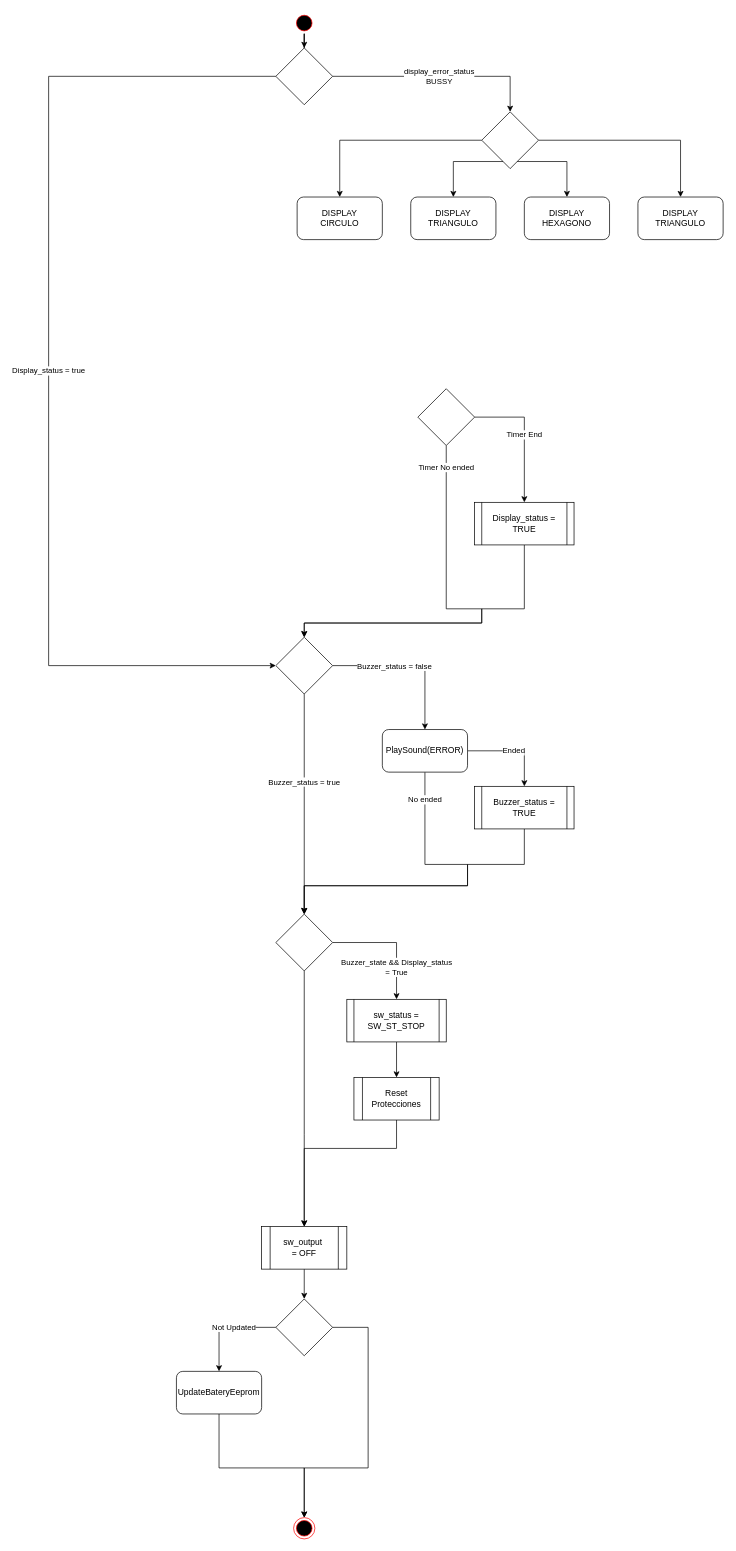
Before: page "Error State" (7 of 13) of 01.Documentation/01.Diseño/Documentacion Software/B2/Diagramas/B2/B2.drawio in MSTKMAD/battery-pack, a draw.io diagram. Source tidied: cells renumbered, new cells numbered last; positions are measured from the earlier drawing's top-left corner, leaving out a move shared by most shapes. Both pictures are drawn from the tidied source at 71%, with x=0, y=0 at pixel (48, 12).
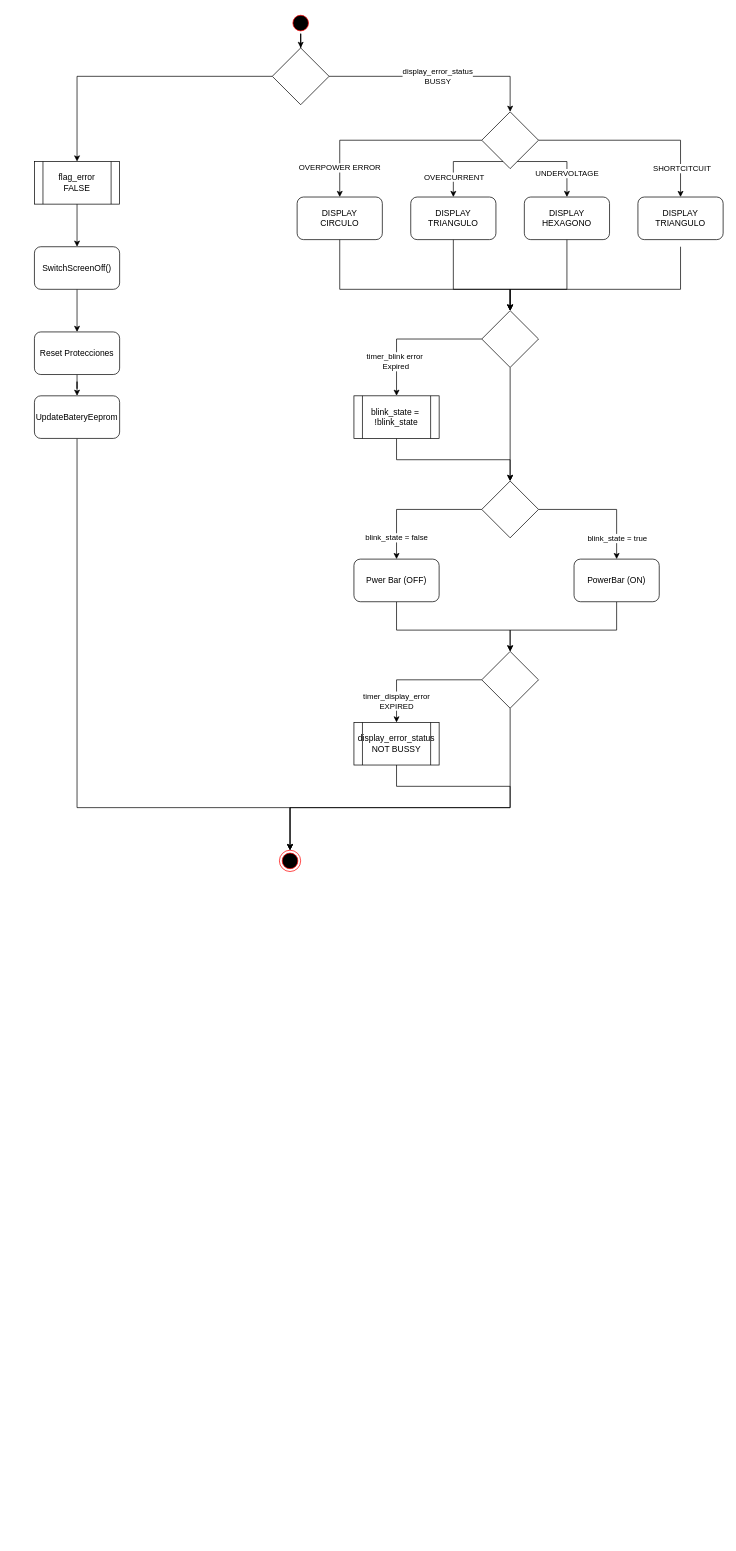
Above is the later version.

Unchanged cells that the change refers to:
```xml
<mxCell id="38" style="rhombus;whiteSpace=wrap;html=1;" parent="1" vertex="1">
  <mxGeometry x="610" y="140" width="80" height="80" as="geometry" />
</mxCell>
<mxCell id="39" value="DISPLAY&lt;br&gt;CIRCULO" style="rounded=1;whiteSpace=wrap;html=1;" parent="1" vertex="1">
  <mxGeometry x="350" y="260" width="120" height="60" as="geometry" />
</mxCell>
<mxCell id="40" style="edgeStyle=orthogonalEdgeStyle;rounded=0;jettySize=auto;html=1;" parent="1" edge="1" source="38" target="41">
  <mxGeometry relative="1" as="geometry">
    <Array as="points">
      <mxPoint x="570" y="210" />
    </Array>
  </mxGeometry>
</mxCell>
<mxCell id="41" value="DISPLAY&lt;br&gt;TRIANGULO" style="rounded=1;whiteSpace=wrap;html=1;" parent="1" vertex="1">
  <mxGeometry x="510" y="260" width="120" height="60" as="geometry" />
</mxCell>
<mxCell id="42" style="edgeStyle=orthogonalEdgeStyle;rounded=0;jettySize=auto;html=1;" parent="1" edge="1" source="38" target="43">
  <mxGeometry relative="1" as="geometry">
    <Array as="points">
      <mxPoint x="730" y="210" />
    </Array>
  </mxGeometry>
</mxCell>
<mxCell id="43" value="DISPLAY&lt;div&gt;HEXAGONO&lt;/div&gt;" style="rounded=1;whiteSpace=wrap;html=1;" parent="1" vertex="1">
  <mxGeometry x="670" y="260" width="120" height="60" as="geometry" />
</mxCell>
<mxCell id="44" style="edgeStyle=orthogonalEdgeStyle;rounded=0;jettySize=auto;html=1;" parent="1" edge="1" source="38" target="45">
  <mxGeometry relative="1" as="geometry" />
</mxCell>
```

What changed in the source:
```diff
@@
-    <mxCell id="2" style="edgeStyle=orthogonalEdgeStyle;rounded=0;jettySize=auto;html=1;" parent="1" edge="1" source="32" target="4">
-      <mxGeometry relative="1" as="geometry">
-        <Array as="points">
-          <mxPoint x="360" y="1580" />
-          <mxPoint x="360" y="1580" />
-        </Array>
-      </mxGeometry>
-    </mxCell>
-    <mxCell id="3" style="edgeStyle=orthogonalEdgeStyle;rounded=0;jettySize=auto;html=1;" parent="1" edge="1" source="4" target="10">
-      <mxGeometry relative="1" as="geometry" />
-    </mxCell>
-    <mxCell id="4" value="sw_output&amp;nbsp;&lt;br&gt;= OFF" style="shape=process;whiteSpace=wrap;html=1;backgroundOutline=1;" parent="1" vertex="1">
-      <mxGeometry x="300" y="1710" width="120" height="60" as="geometry" />
-    </mxCell>
     <mxCell id="5" style="edgeStyle=orthogonalEdgeStyle;rounded=0;jettySize=auto;html=1;entryX=0.5;entryY=0;entryDx=0;entryDy=0;" parent="1" edge="1" source="6" target="11">
       <mxGeometry relative="1" as="geometry">
         <Array as="points">
-          <mxPoint x="240" y="2050" />
-          <mxPoint x="360" y="2050" />
+          <mxPoint x="40" y="1120" />
+          <mxPoint x="340" y="1120" />
         </Array>
       </mxGeometry>
     </mxCell>
     <mxCell id="6" value="UpdateBateryEeprom" style="rounded=1;whiteSpace=wrap;html=1;" parent="1" vertex="1">
-      <mxGeometry x="180" y="1914" width="120" height="60" as="geometry" />
+      <mxGeometry x="-20" y="540" width="120" height="60" as="geometry" />
     </mxCell>
-    <mxCell id="7" style="edgeStyle=orthogonalEdgeStyle;rounded=0;jettySize=auto;html=1;" parent="1" edge="1" source="10" target="6">
-      <mxGeometry relative="1" as="geometry" />
-    </mxCell>
-    <mxCell id="8" value="Not Updated" style="edgeLabel;html=1;align=center;verticalAlign=middle;" parent="7" vertex="1">
-      <mxGeometry x="-0.16" y="-1" relative="1" as="geometry" />
-    </mxCell>
-    <mxCell id="9" style="edgeStyle=orthogonalEdgeStyle;rounded=0;jettySize=auto;html=1;entryX=0.5;entryY=0;entryDx=0;entryDy=0;" parent="1" edge="1" source="10" target="11">
-      <mxGeometry relative="1" as="geometry">
-        <Array as="points">
-          <mxPoint x="450" y="1852" />
-          <mxPoint x="450" y="2050" />
-          <mxPoint x="360" y="2050" />
-        </Array>
-      </mxGeometry>
-    </mxCell>
-    <mxCell id="10" style="rhombus;whiteSpace=wrap;html=1;" parent="1" vertex="1">
-      <mxGeometry x="320" y="1812" width="80" height="80" as="geometry" />
-    </mxCell>
     <mxCell id="11" style="ellipse;html=1;shape=endState;fillColor=#000000;strokeColor=#ff0000;" parent="1" vertex="1">
-      <mxGeometry x="345" y="2120" width="30" height="30" as="geometry" />
+      <mxGeometry x="325" y="1180" width="30" height="30" as="geometry" />
     </mxCell>
@@
     <mxCell id="13" style="ellipse;html=1;shape=startState;fillColor=#000000;strokeColor=#ff0000;" parent="1" vertex="1">
-      <mxGeometry x="345" width="30" height="30" as="geometry" />
+      <mxGeometry x="340" width="30" height="30" as="geometry" />
     </mxCell>
-    <mxCell id="14" value="Display_status = true" style="edgeStyle=orthogonalEdgeStyle;jettySize=auto;html=1;jumpSize=0;shadow=0;flowAnimation=0;strokeWidth=1;rounded=0;curved=0;" parent="1" edge="1" source="16" target="25">
-      <mxGeometry relative="1" as="geometry">
-        <Array as="points">
-          <mxPoint y="90" />
-          <mxPoint y="920" />
-        </Array>
-      </mxGeometry>
-    </mxCell>
@@
+    <mxCell id="46" style="edgeStyle=orthogonalEdgeStyle;rounded=0;jettySize=auto;html=1;" parent="1" edge="1" source="16" target="75">
+      <mxGeometry relative="1" as="geometry" />
+    </mxCell>
     <mxCell id="16" style="rhombus;whiteSpace=wrap;html=1;" parent="1" vertex="1">
-      <mxGeometry x="320" y="50" width="80" height="80" as="geometry" />
+      <mxGeometry x="315" y="50" width="80" height="80" as="geometry" />
     </mxCell>
-    <mxCell id="17" value="Timer End" style="edgeStyle=orthogonalEdgeStyle;rounded=0;jettySize=auto;html=1;exitX=1;exitY=0.5;exitDx=0;exitDy=0;" parent="1" edge="1" source="19" target="21">
-      <mxGeometry relative="1" as="geometry">
-        <Array as="points">
-          <mxPoint x="670" y="570" />
-        </Array>
-      </mxGeometry>
-    </mxCell>
-    <mxCell id="18" value="Timer No ended" style="edgeStyle=orthogonalEdgeStyle;rounded=0;jettySize=auto;html=1;" parent="1" edge="1" source="19" target="25">
-      <mxGeometry x="-0.89" relative="1" as="geometry">
-        <Array as="points">
-          <mxPoint x="560" y="840" />
-          <mxPoint x="610" y="840" />
-          <mxPoint x="610" y="860" />
-          <mxPoint x="360" y="860" />
-        </Array>
-      </mxGeometry>
-    </mxCell>
-    <mxCell id="19" style="rhombus;whiteSpace=wrap;html=1;" parent="1" vertex="1">
-      <mxGeometry x="520" y="530" width="80" height="80" as="geometry" />
-    </mxCell>
-    <mxCell id="20" style="edgeStyle=orthogonalEdgeStyle;rounded=0;jettySize=auto;html=1;" parent="1" edge="1" source="21" target="25">
-      <mxGeometry relative="1" as="geometry">
-        <Array as="points">
-          <mxPoint x="670" y="840" />
-          <mxPoint x="610" y="840" />
-          <mxPoint x="610" y="860" />
-          <mxPoint x="360" y="860" />
-        </Array>
-      </mxGeometry>
-    </mxCell>
-    <mxCell id="21" value="Display_status = TRUE" style="shape=process;whiteSpace=wrap;html=1;backgroundOutline=1;size=0.07142857142857142;" parent="1" vertex="1">
-      <mxGeometry x="600" y="690" width="140" height="60" as="geometry" />
-    </mxCell>
-    <mxCell id="22" style="edgeStyle=orthogonalEdgeStyle;rounded=0;jettySize=auto;html=1;" parent="1" edge="1" source="25" target="28">
-      <mxGeometry relative="1" as="geometry" />
-    </mxCell>
-    <mxCell id="23" value="Buzzer_status = false" style="edgeLabel;html=1;align=center;verticalAlign=middle;" parent="22" vertex="1">
-      <mxGeometry x="-0.22" relative="1" as="geometry" />
-    </mxCell>
-    <mxCell id="24" value="Buzzer_status = true" style="edgeStyle=orthogonalEdgeStyle;rounded=0;jettySize=auto;html=1;" parent="1" edge="1" source="25" target="32">
-      <mxGeometry x="-0.2" relative="1" as="geometry" />
-    </mxCell>
-    <mxCell id="25" style="rhombus;whiteSpace=wrap;html=1;" parent="1" vertex="1">
-      <mxGeometry x="320" y="880" width="80" height="80" as="geometry" />
-    </mxCell>
-    <mxCell id="26" value="Ended" style="edgeStyle=orthogonalEdgeStyle;rounded=0;jettySize=auto;html=1;" parent="1" edge="1" source="28" target="30">
-      <mxGeometry relative="1" as="geometry" />
-    </mxCell>
-    <mxCell id="27" value="No ended" style="edgeStyle=orthogonalEdgeStyle;rounded=0;jettySize=auto;html=1;" parent="1" edge="1" source="28" target="32">
-      <mxGeometry x="-0.84" relative="1" as="geometry">
-        <Array as="points">
-          <mxPoint x="530" y="1200" />
-          <mxPoint x="590" y="1200" />
-          <mxPoint x="590" y="1230" />
-          <mxPoint x="360" y="1230" />
-        </Array>
-      </mxGeometry>
-    </mxCell>
-    <mxCell id="28" value="PlaySound(ERROR)" style="rounded=1;whiteSpace=wrap;html=1;align=center;" parent="1" vertex="1">
-      <mxGeometry x="470" y="1010" width="120" height="60" as="geometry" />
-    </mxCell>
-    <mxCell id="29" style="edgeStyle=orthogonalEdgeStyle;rounded=0;jettySize=auto;html=1;" parent="1" edge="1" source="30" target="32">
-      <mxGeometry relative="1" as="geometry">
-        <Array as="points">
-          <mxPoint x="670" y="1200" />
-          <mxPoint x="590" y="1200" />
-          <mxPoint x="590" y="1230" />
-          <mxPoint x="360" y="1230" />
-        </Array>
-      </mxGeometry>
-    </mxCell>
-    <mxCell id="30" value="Buzzer_status = TRUE" style="shape=process;whiteSpace=wrap;html=1;backgroundOutline=1;size=0.07142857142857142;" parent="1" vertex="1">
-      <mxGeometry x="600" y="1090" width="140" height="60" as="geometry" />
-    </mxCell>
-    <mxCell id="31" value="Buzzer_state &amp;amp;&amp;amp; Display_status&lt;br&gt;= True" style="edgeStyle=orthogonalEdgeStyle;rounded=0;jettySize=auto;html=1;" parent="1" edge="1" source="32" target="35">
-      <mxGeometry x="0.12" y="-30" relative="1" as="geometry">
-        <mxPoint x="30" y="30" as="offset" />
-      </mxGeometry>
-    </mxCell>
-    <mxCell id="32" style="rhombus;whiteSpace=wrap;html=1;" parent="1" vertex="1">
-      <mxGeometry x="320" y="1270" width="80" height="80" as="geometry" />
-    </mxCell>
-    <mxCell id="33" style="edgeStyle=orthogonalEdgeStyle;rounded=0;jettySize=auto;html=1;" parent="1" edge="1" source="36" target="4">
-      <mxGeometry relative="1" as="geometry">
-        <Array as="points">
-          <mxPoint x="360" y="1600" />
-        </Array>
-      </mxGeometry>
-    </mxCell>
-    <mxCell id="34" style="edgeStyle=orthogonalEdgeStyle;rounded=0;jettySize=auto;html=1;" parent="1" edge="1" source="35" target="36">
-      <mxGeometry relative="1" as="geometry" />
-    </mxCell>
-    <mxCell id="35" value="sw_status = SW_ST_STOP" style="shape=process;whiteSpace=wrap;html=1;backgroundOutline=1;size=0.07142857142857142;" parent="1" vertex="1">
-      <mxGeometry x="420" y="1390" width="140" height="60" as="geometry" />
-    </mxCell>
-    <mxCell id="36" value="Reset Protecciones" style="shape=process;whiteSpace=wrap;html=1;backgroundOutline=1;" parent="1" vertex="1">
-      <mxGeometry x="430" y="1500" width="120" height="60" as="geometry" />
-    </mxCell>
-    <mxCell id="37" style="edgeStyle=orthogonalEdgeStyle;rounded=0;jettySize=auto;html=1;" parent="1" edge="1" source="38" target="39">
-      <mxGeometry relative="1" as="geometry" />
+    <mxCell id="37" value="OVERPOWER ERROR" style="edgeStyle=orthogonalEdgeStyle;rounded=0;jettySize=auto;html=1;" parent="1" edge="1" source="38" target="39">
+      <mxGeometry x="0.71" relative="1" as="geometry" />
     </mxCell>
@@
+    <mxCell id="47" style="edgeStyle=orthogonalEdgeStyle;rounded=0;jettySize=auto;html=1;" parent="1" edge="1" source="39" target="58">
+      <mxGeometry relative="1" as="geometry">
+        <Array as="points">
+          <mxPoint x="410" y="390" />
+          <mxPoint x="650" y="390" />
+        </Array>
+      </mxGeometry>
+    </mxCell>
@@
+    <mxCell id="48" value="OVERCURRENT" style="edgeLabel;html=1;align=center;verticalAlign=middle;" parent="40" vertex="1">
+      <mxGeometry x="0.52" relative="1" as="geometry" />
+    </mxCell>
+    <mxCell id="49" style="edgeStyle=orthogonalEdgeStyle;rounded=0;jettySize=auto;html=1;" parent="1" edge="1" source="41" target="58">
+      <mxGeometry relative="1" as="geometry">
+        <Array as="points">
+          <mxPoint x="570" y="390" />
+          <mxPoint x="650" y="390" />
+        </Array>
+      </mxGeometry>
+    </mxCell>
@@
+    <mxCell id="50" value="UNDERVOLTAGE" style="edgeLabel;html=1;align=center;verticalAlign=middle;" parent="42" vertex="1">
+      <mxGeometry x="0.43" y="-1" relative="1" as="geometry" />
+    </mxCell>
+    <mxCell id="51" style="edgeStyle=orthogonalEdgeStyle;rounded=0;jettySize=auto;html=1;" parent="1" edge="1" source="43" target="58">
+      <mxGeometry relative="1" as="geometry">
+        <Array as="points">
+          <mxPoint x="730" y="390" />
+          <mxPoint x="650" y="390" />
+        </Array>
+      </mxGeometry>
+    </mxCell>
@@
+    <mxCell id="52" value="SHORTCITCUIT" style="edgeLabel;html=1;align=center;verticalAlign=middle;" parent="44" vertex="1">
+      <mxGeometry x="0.71" y="1" relative="1" as="geometry" />
+    </mxCell>
+    <mxCell id="53" style="edgeStyle=orthogonalEdgeStyle;rounded=0;jettySize=auto;html=1;" parent="1" edge="1" target="58">
+      <mxGeometry relative="1" as="geometry">
+        <mxPoint x="890" y="330" as="sourcePoint" />
+        <Array as="points">
+          <mxPoint x="890" y="390" />
+          <mxPoint x="650" y="390" />
+        </Array>
+      </mxGeometry>
+    </mxCell>
@@
+    <mxCell id="54" style="edgeStyle=orthogonalEdgeStyle;rounded=0;jettySize=auto;html=1;" parent="1" edge="1" source="36" target="6">
+      <mxGeometry relative="1" as="geometry" />
+    </mxCell>
+    <mxCell id="36" value="Reset Protecciones" style="shape=label;whiteSpace=wrap;html=1;backgroundOutline=1;rounded=1;" parent="1" vertex="1">
+      <mxGeometry x="-20" y="450" width="120" height="60" as="geometry" />
+    </mxCell>
+    <mxCell id="55" style="edgeStyle=orthogonalEdgeStyle;rounded=0;jettySize=auto;html=1;" parent="1" edge="1" source="58" target="60">
+      <mxGeometry relative="1" as="geometry" />
+    </mxCell>
+    <mxCell id="56" value="timer_blink error&amp;nbsp;&lt;div&gt;Expired&lt;/div&gt;" style="edgeLabel;html=1;align=center;verticalAlign=middle;" parent="55" vertex="1">
+      <mxGeometry x="0.51" y="-2" relative="1" as="geometry" />
+    </mxCell>
+    <mxCell id="57" style="edgeStyle=orthogonalEdgeStyle;rounded=0;jettySize=auto;html=1;" parent="1" edge="1" source="58" target="64">
+      <mxGeometry relative="1" as="geometry" />
+    </mxCell>
+    <mxCell id="58" style="rhombus;whiteSpace=wrap;html=1;" parent="1" vertex="1">
+      <mxGeometry x="610" y="420" width="80" height="80" as="geometry" />
+    </mxCell>
+    <mxCell id="59" style="edgeStyle=orthogonalEdgeStyle;rounded=0;jettySize=auto;html=1;" parent="1" edge="1" source="60" target="64">
+      <mxGeometry relative="1" as="geometry">
+        <Array as="points">
+          <mxPoint x="490" y="630" />
+          <mxPoint x="650" y="630" />
+        </Array>
+      </mxGeometry>
+    </mxCell>
+    <mxCell id="60" value="blink_state =&amp;nbsp;&lt;div&gt;!blink_state&lt;/div&gt;" style="shape=process;whiteSpace=wrap;html=1;backgroundOutline=1;" parent="1" vertex="1">
+      <mxGeometry x="430" y="540" width="120" height="60" as="geometry" />
+    </mxCell>
+    <mxCell id="61" value="blink_state = false" style="edgeStyle=orthogonalEdgeStyle;rounded=0;jettySize=auto;html=1;" parent="1" edge="1" source="64" target="66">
+      <mxGeometry x="0.68" relative="1" as="geometry" />
+    </mxCell>
+    <mxCell id="62" style="edgeStyle=orthogonalEdgeStyle;rounded=0;jettySize=auto;html=1;" parent="1" edge="1" source="64" target="68">
+      <mxGeometry relative="1" as="geometry" />
+    </mxCell>
+    <mxCell id="63" value="blink_state = true" style="edgeLabel;html=1;align=center;verticalAlign=middle;" parent="62" vertex="1">
+      <mxGeometry x="-0.47" relative="1" as="geometry">
+        <mxPoint x="62" y="40" as="offset" />
+      </mxGeometry>
+    </mxCell>
+    <mxCell id="64" style="rhombus;whiteSpace=wrap;html=1;" parent="1" vertex="1">
+      <mxGeometry x="610" y="660" width="80" height="80" as="geometry" />
+    </mxCell>
+    <mxCell id="65" style="edgeStyle=orthogonalEdgeStyle;rounded=0;jettySize=auto;html=1;" parent="1" edge="1" source="66" target="71">
+      <mxGeometry relative="1" as="geometry">
+        <Array as="points">
+          <mxPoint x="490" y="870" />
+          <mxPoint x="650" y="870" />
+        </Array>
+      </mxGeometry>
+    </mxCell>
+    <mxCell id="66" value="&lt;div&gt;Pwer Bar (OFF)&lt;/div&gt;" style="shape=label;whiteSpace=wrap;html=1;backgroundOutline=1;rounded=1;" parent="1" vertex="1">
+      <mxGeometry x="430" y="770" width="120" height="60" as="geometry" />
+    </mxCell>
+    <mxCell id="67" style="edgeStyle=orthogonalEdgeStyle;rounded=0;jettySize=auto;html=1;" parent="1" edge="1" source="68" target="71">
+      <mxGeometry relative="1" as="geometry">
+        <Array as="points">
+          <mxPoint x="800" y="870" />
+          <mxPoint x="650" y="870" />
+        </Array>
+      </mxGeometry>
+    </mxCell>
+    <mxCell id="68" value="PowerBar (ON)" style="shape=label;whiteSpace=wrap;html=1;backgroundOutline=1;rounded=1;" parent="1" vertex="1">
+      <mxGeometry x="740" y="770" width="120" height="60" as="geometry" />
+    </mxCell>
+    <mxCell id="69" value="timer_display_error&lt;div&gt;EXPIRED&lt;/div&gt;" style="edgeStyle=orthogonalEdgeStyle;rounded=0;jettySize=auto;html=1;" parent="1" edge="1" source="71" target="73">
+      <mxGeometry x="0.67" relative="1" as="geometry" />
+    </mxCell>
+    <mxCell id="70" style="edgeStyle=orthogonalEdgeStyle;rounded=0;jettySize=auto;html=1;" parent="1" edge="1" source="71" target="11">
+      <mxGeometry relative="1" as="geometry">
+        <Array as="points">
+          <mxPoint x="650" y="1120" />
+          <mxPoint x="340" y="1120" />
+        </Array>
+      </mxGeometry>
+    </mxCell>
+    <mxCell id="71" style="rhombus;whiteSpace=wrap;html=1;" parent="1" vertex="1">
+      <mxGeometry x="610" y="900" width="80" height="80" as="geometry" />
+    </mxCell>
+    <mxCell id="72" style="edgeStyle=orthogonalEdgeStyle;rounded=0;jettySize=auto;html=1;" parent="1" edge="1" source="73" target="11">
+      <mxGeometry relative="1" as="geometry">
+        <Array as="points">
+          <mxPoint x="490" y="1090" />
+          <mxPoint x="650" y="1090" />
+          <mxPoint x="650" y="1120" />
+          <mxPoint x="340" y="1120" />
+        </Array>
+      </mxGeometry>
+    </mxCell>
+    <mxCell id="73" value="display_error_status&lt;div&gt;NOT BUSSY&lt;/div&gt;" style="shape=process;whiteSpace=wrap;html=1;backgroundOutline=1;" parent="1" vertex="1">
+      <mxGeometry x="430" y="1000" width="120" height="60" as="geometry" />
+    </mxCell>
+    <mxCell id="74" style="edgeStyle=orthogonalEdgeStyle;rounded=0;jettySize=auto;html=1;entryX=0.5;entryY=0;entryDx=0;entryDy=0;" parent="1" edge="1" source="75" target="77">
+      <mxGeometry relative="1" as="geometry" />
+    </mxCell>
+    <mxCell id="75" value="flag_error&lt;div&gt;FALSE&lt;/div&gt;" style="shape=process;whiteSpace=wrap;html=1;backgroundOutline=1;" parent="1" vertex="1">
+      <mxGeometry x="-20" y="210" width="120" height="60" as="geometry" />
+    </mxCell>
+    <mxCell id="76" style="edgeStyle=orthogonalEdgeStyle;rounded=0;jettySize=auto;html=1;entryX=0.5;entryY=0;entryDx=0;entryDy=0;" parent="1" edge="1" source="77" target="36">
+      <mxGeometry relative="1" as="geometry" />
+    </mxCell>
+    <mxCell id="77" value="SwitchScreenOff()" style="rounded=1;whiteSpace=wrap;html=1;" parent="1" vertex="1">
+      <mxGeometry x="-20" y="330" width="120" height="60" as="geometry" />
+    </mxCell>
```
